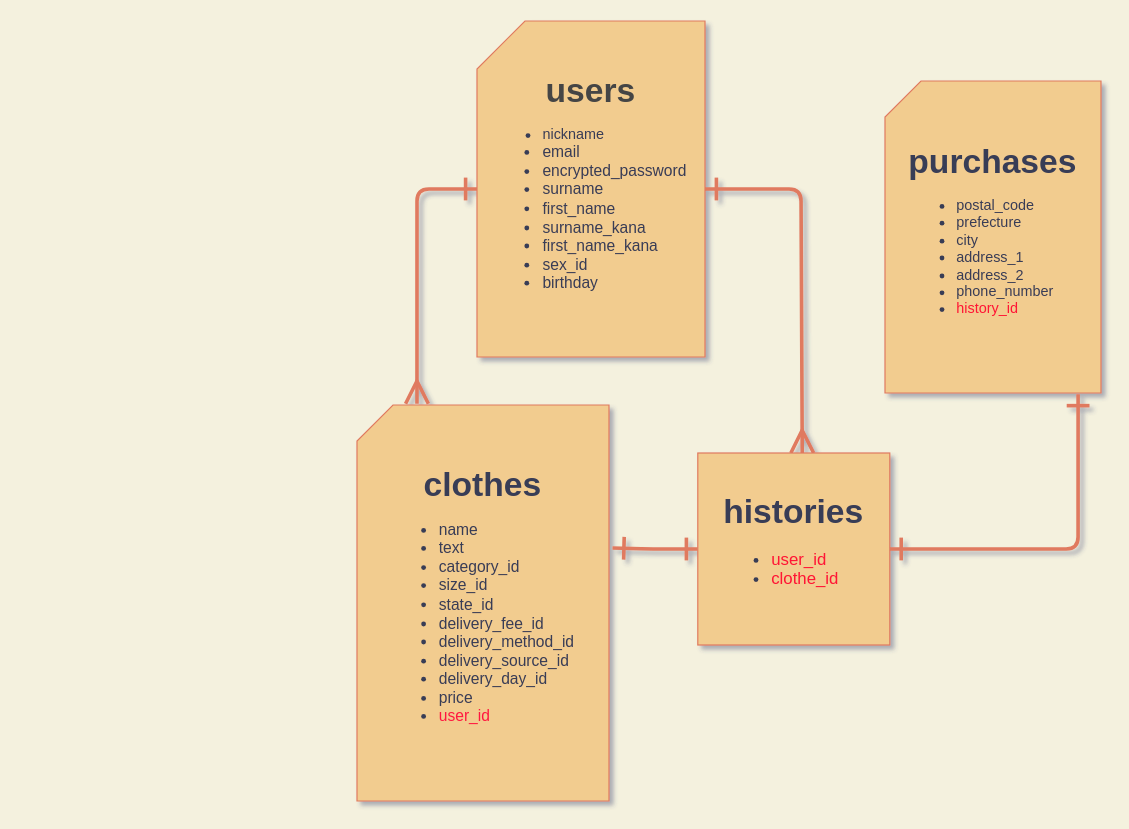
The draw.io diagram ER.dio in Ishige99/street, before the edit. Source tidied: cells renumbered, new cells numbered last; positions are measured from the earlier drawing's top-left corner, leaving out a move shared by most shapes. Both pictures are drawn from the tidied source at 120%, with x=0, y=0 at pixel (356, 20).
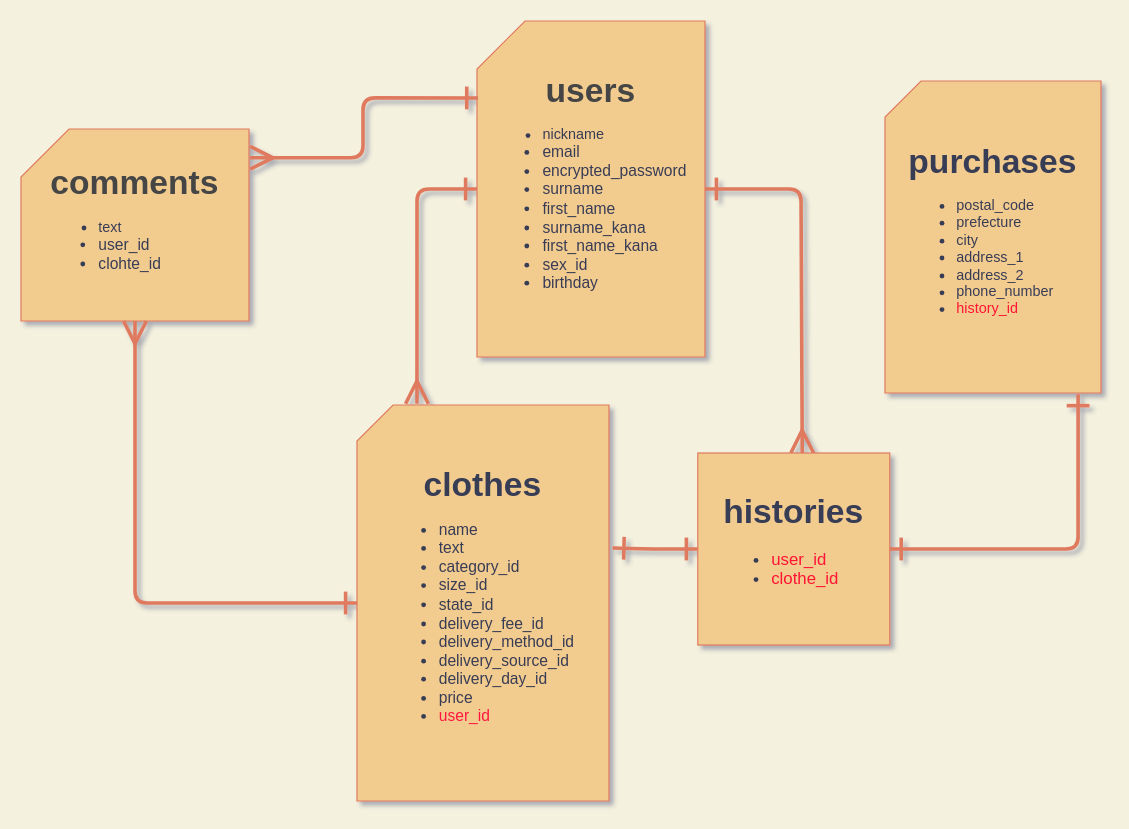
After the change.

Diff of the diagram source:
```diff
@@
 <mxGraphModel background="#F4F1DE" shadow="1">
   <root>
     <mxCell id="0" />
     <mxCell id="1" parent="0" />
     <mxCell id="2" style="edgeStyle=orthogonalEdgeStyle;curved=0;rounded=1;sketch=0;jettySize=auto;html=1;strokeColor=#E07A5F;fillColor=#F2CC8F;fontColor=#393C56;entryX=0.238;entryY=-0.003;entryDx=0;entryDy=0;entryPerimeter=0;endArrow=ERmany;endFill=0;startArrow=ERone;startFill=0;strokeWidth=3;targetPerimeterSpacing=0;endSize=15;startSize=15;" parent="1" edge="1" source="4" target="5">
       <mxGeometry relative="1" as="geometry">
         <Array as="points">
           <mxPoint x="50" y="140" />
         </Array>
       </mxGeometry>
     </mxCell>
     <mxCell id="3" style="edgeStyle=orthogonalEdgeStyle;curved=0;rounded=1;sketch=0;jettySize=auto;html=1;startArrow=ERone;startFill=0;startSize=15;endArrow=ERmany;endFill=0;endSize=15;targetPerimeterSpacing=0;strokeColor=#E07A5F;strokeWidth=3;fillColor=#F2CC8F;fontColor=#393C56;entryX=0;entryY=0.456;entryDx=0;entryDy=0;entryPerimeter=0;" parent="1" edge="1" source="4" target="8">
       <mxGeometry relative="1" as="geometry">
         <Array as="points">
           <mxPoint x="370" y="140" />
         </Array>
       </mxGeometry>
     </mxCell>
     <mxCell id="4" value="&lt;font style=&quot;font-size: 28px&quot; color=&quot;#454545&quot;&gt;&lt;b&gt;users&lt;/b&gt;&lt;/font&gt;&lt;br&gt;&lt;ul&gt;&lt;li style=&quot;text-align: left&quot;&gt;&lt;font style=&quot;font-size: 12px&quot;&gt;nickname&lt;/font&gt;&lt;/li&gt;&lt;li style=&quot;font-size: 13px ; text-align: left&quot;&gt;&lt;span&gt;email&lt;/span&gt;&lt;/li&gt;&lt;li style=&quot;font-size: 13px ; text-align: left&quot;&gt;&lt;span&gt;encrypted_password&lt;/span&gt;&lt;/li&gt;&lt;li style=&quot;font-size: 13px ; text-align: left&quot;&gt;&lt;span&gt;surname&lt;/span&gt;&lt;/li&gt;&lt;li style=&quot;font-size: 13px ; text-align: left&quot;&gt;&lt;span&gt;first_name&lt;/span&gt;&lt;/li&gt;&lt;li style=&quot;font-size: 13px ; text-align: left&quot;&gt;&lt;span&gt;surname_kana&lt;/span&gt;&lt;/li&gt;&lt;li style=&quot;font-size: 13px ; text-align: left&quot;&gt;&lt;span&gt;first_name_kana&lt;/span&gt;&lt;/li&gt;&lt;li style=&quot;font-size: 13px ; text-align: left&quot;&gt;&lt;span&gt;sex_id&lt;/span&gt;&lt;/li&gt;&lt;li style=&quot;font-size: 13px ; text-align: left&quot;&gt;&lt;span&gt;birthday&lt;/span&gt;&lt;/li&gt;&lt;/ul&gt;" style="shape=card;whiteSpace=wrap;html=1;size=40;fillColor=#F2CC8F;strokeColor=#E07A5F;fontColor=#393C56;" parent="1" vertex="1">
       <mxGeometry x="100" width="190" height="280" as="geometry" />
     </mxCell>
     <mxCell id="5" value="&lt;font style=&quot;font-size: 28px&quot;&gt;&lt;b&gt;clothes&lt;/b&gt;&lt;/font&gt;&lt;br&gt;&lt;ul style=&quot;font-size: 13px&quot;&gt;&lt;li style=&quot;text-align: left&quot;&gt;name&lt;/li&gt;&lt;li style=&quot;text-align: left&quot;&gt;text&lt;/li&gt;&lt;li style=&quot;text-align: left&quot;&gt;category_id&lt;/li&gt;&lt;li style=&quot;text-align: left&quot;&gt;size_id&lt;/li&gt;&lt;li style=&quot;text-align: left&quot;&gt;state_id&lt;/li&gt;&lt;li style=&quot;text-align: left&quot;&gt;delivery_fee_id&lt;/li&gt;&lt;li style=&quot;text-align: left&quot;&gt;delivery_method_id&lt;/li&gt;&lt;li style=&quot;text-align: left&quot;&gt;delivery_source_id&lt;/li&gt;&lt;li style=&quot;text-align: left&quot;&gt;delivery_day_id&lt;/li&gt;&lt;li style=&quot;text-align: left&quot;&gt;price&lt;/li&gt;&lt;li style=&quot;text-align: left&quot;&gt;&lt;font color=&quot;#ff1940&quot;&gt;user_id&lt;/font&gt;&lt;/li&gt;&lt;/ul&gt;" style="shape=card;whiteSpace=wrap;html=1;fillColor=#F2CC8F;strokeColor=#E07A5F;fontColor=#393C56;" parent="1" vertex="1">
       <mxGeometry y="320" width="210" height="330" as="geometry" />
     </mxCell>
     <mxCell id="6" style="edgeStyle=orthogonalEdgeStyle;curved=0;rounded=1;sketch=0;jettySize=auto;html=1;entryX=1.014;entryY=0.361;entryDx=0;entryDy=0;entryPerimeter=0;startArrow=ERone;startFill=0;startSize=15;endArrow=ERone;endFill=0;endSize=15;targetPerimeterSpacing=0;strokeColor=#E07A5F;strokeWidth=3;fillColor=#F2CC8F;fontColor=#393C56;" parent="1" edge="1" source="8" target="5">
       <mxGeometry relative="1" as="geometry" />
     </mxCell>
     <mxCell id="7" style="edgeStyle=orthogonalEdgeStyle;rounded=1;sketch=0;jettySize=auto;html=1;startArrow=ERone;startFill=0;startSize=15;endArrow=ERone;endFill=0;endSize=15;targetPerimeterSpacing=0;strokeColor=#E07A5F;strokeWidth=3;fillColor=#F2CC8F;fontColor=#393C56;entryX=0.894;entryY=1.004;entryDx=0;entryDy=0;entryPerimeter=0;" parent="1" edge="1" source="8" target="9">
       <mxGeometry relative="1" as="geometry">
         <Array as="points">
           <mxPoint x="601" y="440" />
         </Array>
       </mxGeometry>
     </mxCell>
     <mxCell id="8" value="&lt;font&gt;&lt;font style=&quot;font-size: 28px&quot;&gt;&lt;b&gt;histories&lt;/b&gt;&lt;/font&gt;&lt;br&gt;&lt;/font&gt;&lt;ul style=&quot;font-size: 14px&quot;&gt;&lt;li style=&quot;text-align: left&quot;&gt;&lt;font color=&quot;#ff1434&quot;&gt;user_id&lt;/font&gt;&lt;/li&gt;&lt;li style=&quot;text-align: left&quot;&gt;&lt;font color=&quot;#ff1434&quot;&gt;clothe_id&lt;/font&gt;&lt;/li&gt;&lt;/ul&gt;" style="whiteSpace=wrap;html=1;direction=south;fillColor=#F2CC8F;strokeColor=#E07A5F;fontColor=#393C56;" parent="1" vertex="1">
       <mxGeometry x="284" y="360" width="160" height="160" as="geometry" />
     </mxCell>
     <mxCell id="9" value="&lt;font style=&quot;font-size: 28px&quot;&gt;&lt;b&gt;purchases&lt;/b&gt;&lt;/font&gt;&lt;br&gt;&lt;ul&gt;&lt;li style=&quot;text-align: left&quot;&gt;postal_code&lt;/li&gt;&lt;li style=&quot;text-align: left&quot;&gt;prefecture&lt;/li&gt;&lt;li style=&quot;text-align: left&quot;&gt;city&lt;/li&gt;&lt;li style=&quot;text-align: left&quot;&gt;address_1&lt;/li&gt;&lt;li style=&quot;text-align: left&quot;&gt;address_2&lt;/li&gt;&lt;li style=&quot;text-align: left&quot;&gt;phone_number&lt;/li&gt;&lt;li style=&quot;text-align: left&quot;&gt;&lt;font color=&quot;#ff1434&quot;&gt;history_id&lt;/font&gt;&lt;/li&gt;&lt;/ul&gt;" style="shape=card;whiteSpace=wrap;html=1;rounded=0;sketch=0;strokeColor=#E07A5F;fillColor=#F2CC8F;fontColor=#393C56;" parent="1" vertex="1">
       <mxGeometry x="440" y="50" width="180" height="260" as="geometry" />
     </mxCell>
+    <mxCell id="10" value="&lt;font color=&quot;#454545&quot;&gt;&lt;span style=&quot;font-size: 28px&quot;&gt;&lt;b&gt;comments&lt;/b&gt;&lt;/span&gt;&lt;/font&gt;&lt;br&gt;&lt;ul&gt;&lt;li style=&quot;text-align: left&quot;&gt;text&lt;/li&gt;&lt;li style=&quot;font-size: 13px ; text-align: left&quot;&gt;user_id&lt;/li&gt;&lt;li style=&quot;font-size: 13px ; text-align: left&quot;&gt;clohte_id&lt;/li&gt;&lt;/ul&gt;" style="shape=card;whiteSpace=wrap;html=1;size=40;fillColor=#F2CC8F;strokeColor=#E07A5F;fontColor=#393C56;" parent="1" vertex="1">
+      <mxGeometry x="-280" y="90" width="190" height="160" as="geometry" />
+    </mxCell>
+    <mxCell id="11" style="edgeStyle=orthogonalEdgeStyle;curved=0;rounded=1;sketch=0;jettySize=auto;html=1;strokeColor=#E07A5F;fillColor=#F2CC8F;fontColor=#393C56;entryX=0.5;entryY=1;entryDx=0;entryDy=0;entryPerimeter=0;endArrow=ERmany;endFill=0;startArrow=ERone;startFill=0;strokeWidth=3;targetPerimeterSpacing=0;endSize=15;startSize=15;" parent="1" edge="1" source="5" target="10">
+      <mxGeometry relative="1" as="geometry" />
+    </mxCell>
+    <mxCell id="12" style="edgeStyle=orthogonalEdgeStyle;curved=0;rounded=1;sketch=0;jettySize=auto;html=1;strokeColor=#E07A5F;fillColor=#F2CC8F;fontColor=#393C56;entryX=1.005;entryY=0.15;entryDx=0;entryDy=0;entryPerimeter=0;endArrow=ERmany;endFill=0;startArrow=ERone;startFill=0;strokeWidth=3;targetPerimeterSpacing=0;endSize=15;startSize=15;exitX=0.005;exitY=0.229;exitDx=0;exitDy=0;exitPerimeter=0;" parent="1" edge="1" source="4" target="10">
+      <mxGeometry relative="1" as="geometry" />
+    </mxCell>
   </root>
 </mxGraphModel>
```
